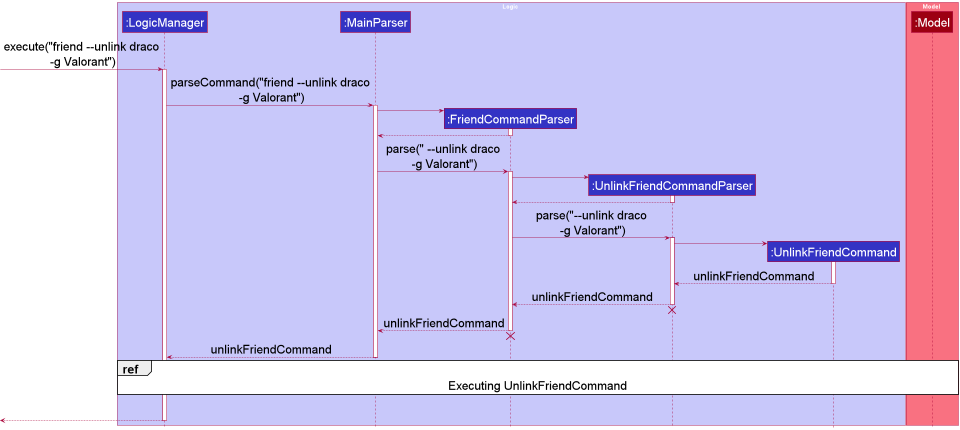
Earlier version of the PlantUML export docs/images/UnlinkSequenceDiagram1.png (nus-cs2103-AY2122S1/tp).
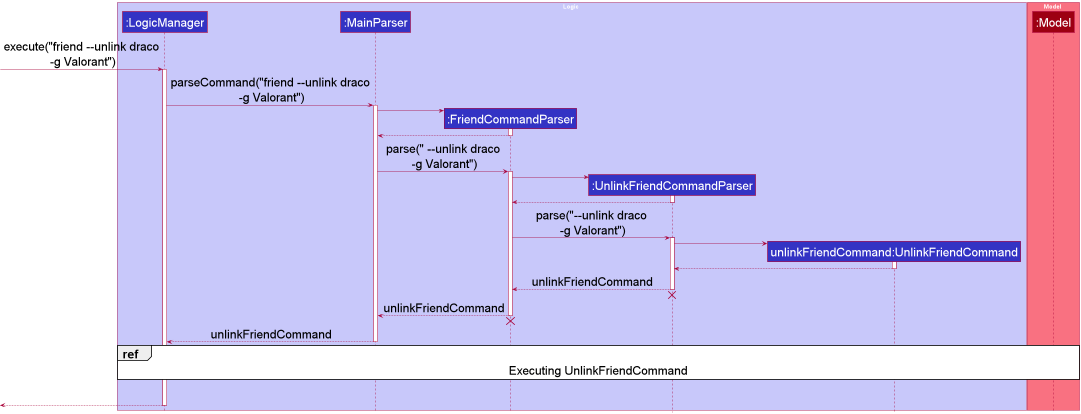
The same diagram one commit later.

Commit message:
Update sequence diagrams

The edit, as a diff of the source:
```diff
@@ -7,7 +7,7 @@
 participant ":MainParser" as MainParser LOGIC_COLOR
 participant ":FriendCommandParser" as FriendCommandParser LOGIC_COLOR
 participant ":UnlinkFriendCommandParser" as UnlinkFriendCommandParser LOGIC_COLOR
-participant ":UnlinkFriendCommand" as UnlinkFriendCommand LOGIC_COLOR
+participant "unlinkFriendCommand:UnlinkFriendCommand" as UnlinkFriendCommand LOGIC_COLOR
 end box
 
 box Model MODEL_COLOR_T1
@@ -44,7 +44,7 @@
 UnlinkFriendCommandParser -> UnlinkFriendCommand
 activate UnlinkFriendCommand
 
-UnlinkFriendCommand --> UnlinkFriendCommandParser : unlinkFriendCommand
+UnlinkFriendCommand --> UnlinkFriendCommandParser
 deactivate UnlinkFriendCommand
 
 UnlinkFriendCommandParser --> FriendCommandParser : unlinkFriendCommand
```
